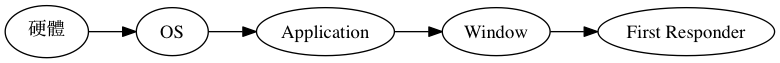
This is responder/responder.png from KKBOX/kkbox-ios-dev, a Graphviz export, as it was before one commit. Its source is kept beside it as responder/responder.gv. Source of this version:
```dot
digraph G {
	rankdir=LR;
	"硬體"->"OS"->"Application"->"Window"->"First Responder"
}
```
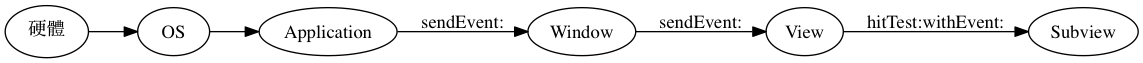
After the change.

Diff of the diagram source:
```diff
@@ -1,4 +1,7 @@
 digraph G {
-	rankdir=LR;
-	"硬體"->"OS"->"Application"->"Window"->"First Responder"
+    rankdir=LR;
+    "硬體"->"OS"->"Application"
+	"Application"->"Window"[label="sendEvent:"]
+	"Window"->"View"[label="sendEvent:"]
+	"View"->"Subview"[label="hitTest:withEvent:"]
 }
```
